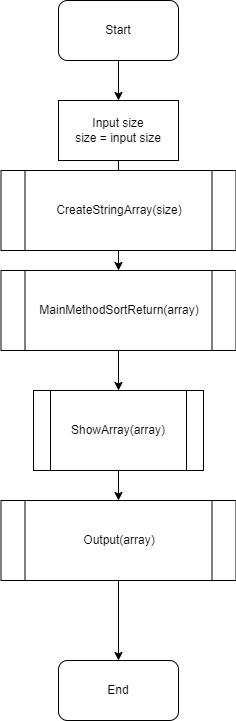
The draw.io diagram 4.Output.drawio.png in wdlts/EXAMINATION_CSHARP, before a commit. Source tidied: cells renumbered, new cells last; positions are measured from the earlier drawing's top-left corner, leaving out a move shared by most shapes.
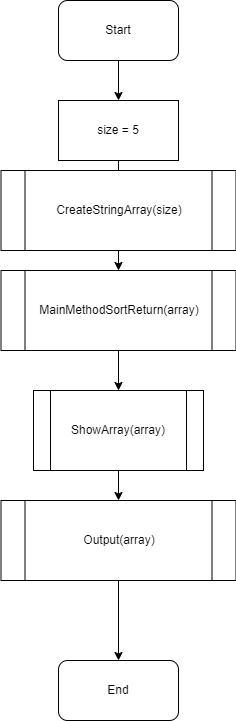
After the commit.

The edit, as a diff of the source:
```diff
@@ -19,7 +19,7 @@
         <mxPoint x="118" y="180" as="targetPoint" />
       </mxGeometry>
     </mxCell>
-    <mxCell id="7" value="Input size&lt;br&gt;size = input size" style="rounded=0;whiteSpace=wrap;html=1;" parent="1" vertex="1">
+    <mxCell id="7" value="size = 5" style="rounded=0;whiteSpace=wrap;html=1;" parent="1" vertex="1">
       <mxGeometry x="58" y="100" width="120" height="60" as="geometry" />
     </mxCell>
     <mxCell id="8" style="edgeStyle=none;html=1;" parent="1" edge="1" source="9" target="5">
```
